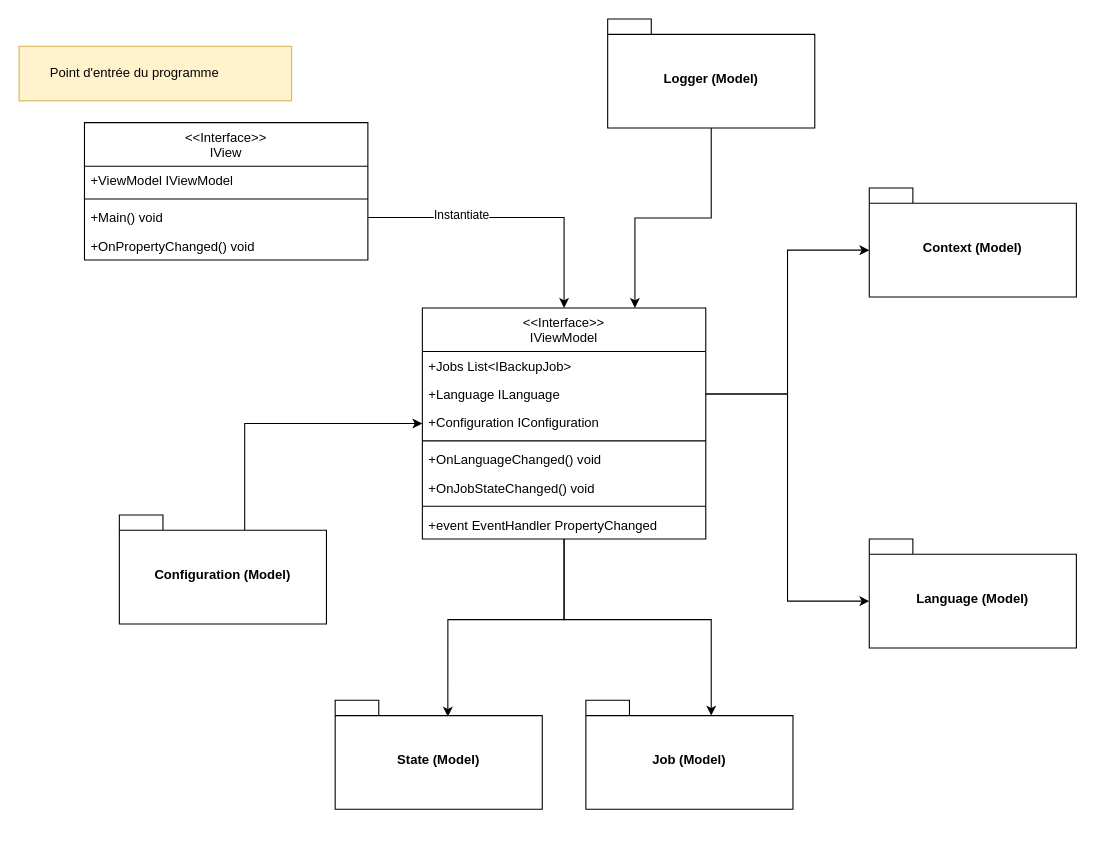
The draw.io diagram page "GLOBAL" (2 of 7) of Doc/Diagrams/Source Files/ClassDiagram.drawio in CESI-ORLEANS-INGE/ProjetGenieLogicielGroupe1, before the edit. Source tidied: cells renumbered, new cells numbered last; positions are measured from the earlier drawing's top-left corner, leaving out a move shared by most shapes. Both pictures are drawn from the tidied source at 109%, with x=0, y=0 at pixel (19, 19).
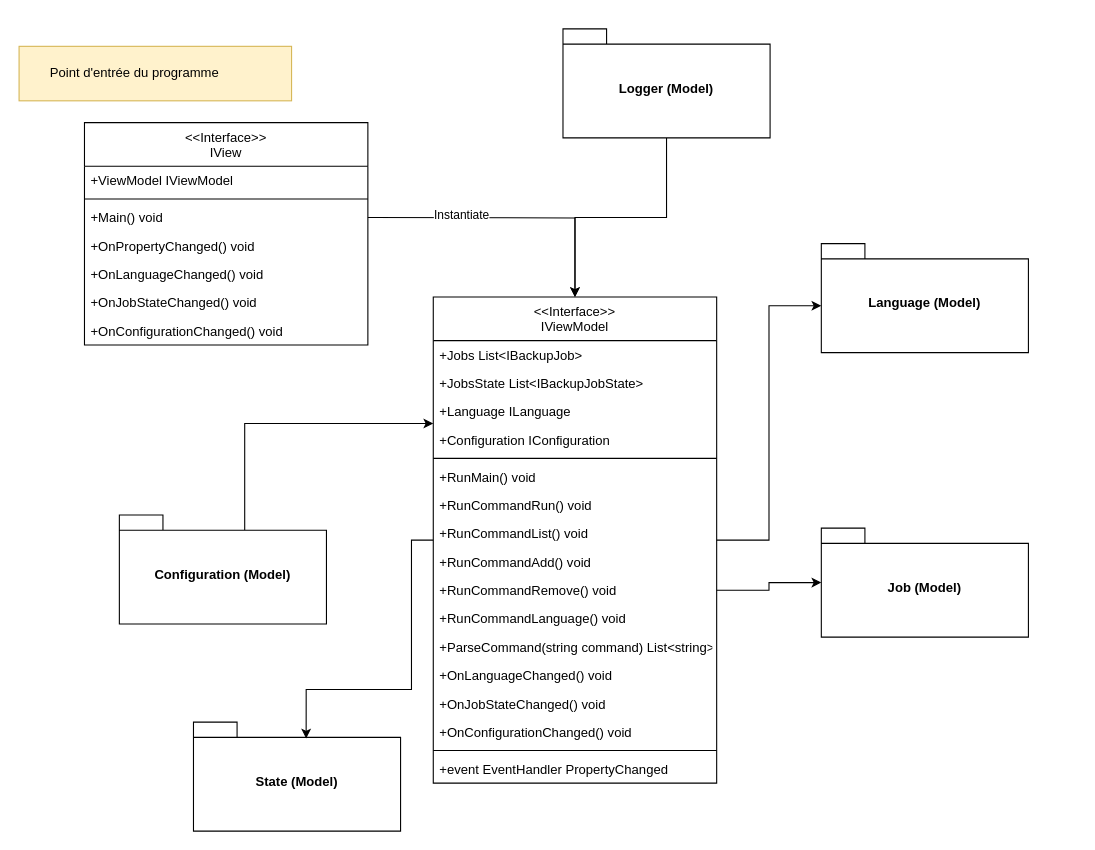
After the change.

What changed in the source:
```diff
@@
-    <mxCell id="2" value="&lt;&lt;Interface&gt;&gt;&#10;IView" style="swimlane;fontStyle=0;align=center;verticalAlign=top;horizontal=1;startSize=40;rounded=0;shadow=0;strokeWidth=1;" parent="1" vertex="1">
-      <mxGeometry x="60" y="95" width="260" height="126" as="geometry" />
-    </mxCell>
-    <mxCell id="3" value="+ViewModel IViewModel" style="text;align=left;verticalAlign=top;spacingLeft=4;spacingRight=4;overflow=hidden;" parent="2" vertex="1">
-      <mxGeometry y="40" width="260" height="26" as="geometry" />
-    </mxCell>
-    <mxCell id="4" style="line;strokeWidth=1;fillColor=none;align=left;verticalAlign=middle;spacingTop=-1;spacingLeft=3;spacingRight=3;labelPosition=right;strokeColor=inherit;" parent="2" vertex="1">
-      <mxGeometry y="66" width="260" height="8" as="geometry" />
-    </mxCell>
-    <mxCell id="5" value="+Main() void" style="text;align=left;verticalAlign=top;spacingLeft=4;spacingRight=4;overflow=hidden;points=[[0,0.5],[1,0.5]];portConstraint=eastwest;" parent="2" vertex="1">
-      <mxGeometry y="74" width="260" height="26" as="geometry" />
-    </mxCell>
-    <mxCell id="6" value="+OnPropertyChanged() void" style="text;align=left;verticalAlign=top;spacingLeft=4;spacingRight=4;overflow=hidden;" parent="2" vertex="1">
-      <mxGeometry y="100" width="260" height="26" as="geometry" />
-    </mxCell>
-    <mxCell id="7" value="&lt;&lt;Interface&gt;&gt;&#10;IViewModel" style="swimlane;fontStyle=0;align=center;verticalAlign=top;horizontal=1;startSize=40;rounded=0;shadow=0;strokeWidth=1;" parent="1" vertex="1">
-      <mxGeometry x="370" y="265" width="260" height="212" as="geometry" />
-    </mxCell>
-    <mxCell id="8" value="+Jobs List&lt;IBackupJob&gt;" style="text;align=left;verticalAlign=top;spacingLeft=4;spacingRight=4;overflow=hidden;" parent="7" vertex="1">
-      <mxGeometry y="40" width="260" height="26" as="geometry" />
-    </mxCell>
-    <mxCell id="9" value="+Language ILanguage" style="text;align=left;verticalAlign=top;spacingLeft=4;spacingRight=4;overflow=hidden;points=[[0,0.5],[1,0.5]];portConstraint=eastwest;" parent="7" vertex="1">
-      <mxGeometry y="66" width="260" height="26" as="geometry" />
-    </mxCell>
-    <mxCell id="10" value="+Configuration IConfiguration" style="text;align=left;verticalAlign=top;spacingLeft=4;spacingRight=4;overflow=hidden;" parent="7" vertex="1">
-      <mxGeometry y="92" width="260" height="26" as="geometry" />
-    </mxCell>
-    <mxCell id="11" style="line;strokeWidth=1;fillColor=none;align=left;verticalAlign=middle;spacingTop=-1;spacingLeft=3;spacingRight=3;labelPosition=right;strokeColor=inherit;" parent="7" vertex="1">
-      <mxGeometry y="118" width="260" height="8" as="geometry" />
-    </mxCell>
-    <mxCell id="12" value="+OnLanguageChanged() void" style="text;align=left;verticalAlign=top;spacingLeft=4;spacingRight=4;overflow=hidden;" parent="7" vertex="1">
-      <mxGeometry y="126" width="260" height="26" as="geometry" />
-    </mxCell>
-    <mxCell id="13" value="+OnJobStateChanged() void" style="text;align=left;verticalAlign=top;spacingLeft=4;spacingRight=4;overflow=hidden;" parent="7" vertex="1">
-      <mxGeometry y="152" width="260" height="26" as="geometry" />
-    </mxCell>
-    <mxCell id="14" style="line;strokeWidth=1;fillColor=none;align=left;verticalAlign=middle;spacingTop=-1;spacingLeft=3;spacingRight=3;labelPosition=right;strokeColor=inherit;" parent="7" vertex="1">
-      <mxGeometry y="178" width="260" height="8" as="geometry" />
-    </mxCell>
-    <mxCell id="15" value="+event EventHandler PropertyChanged" style="text;align=left;verticalAlign=top;spacingLeft=4;spacingRight=4;overflow=hidden;" parent="7" vertex="1">
-      <mxGeometry y="186" width="260" height="26" as="geometry" />
-    </mxCell>
-    <mxCell id="16" style="edgeStyle=orthogonalEdgeStyle;rounded=0;jettySize=auto;html=1;exitX=1;exitY=0.5;exitDx=0;exitDy=0;entryX=0.5;entryY=0;entryDx=0;entryDy=0;" parent="1" edge="1" source="5" target="7">
-      <mxGeometry relative="1" as="geometry" />
+    <mxCell id="16" style="edgeStyle=orthogonalEdgeStyle;rounded=0;jettySize=auto;html=1;exitX=1;exitY=0.5;exitDx=0;exitDy=0;" parent="1" edge="1" target="7">
+      <mxGeometry relative="1" as="geometry">
+        <mxPoint x="320" y="182" as="sourcePoint" />
+      </mxGeometry>
     </mxCell>
@@
-    <mxCell id="19" value="Context (Model)" style="shape=folder;fontStyle=1;spacingTop=10;tabWidth=40;tabHeight=14;tabPosition=left;html=1;whiteSpace=wrap;" parent="1" vertex="1">
-      <mxGeometry x="780" y="155" width="190" height="100" as="geometry" />
-    </mxCell>
-    <mxCell id="20" style="edgeStyle=orthogonalEdgeStyle;rounded=0;jettySize=auto;html=1;exitX=1;exitY=0.5;exitDx=0;exitDy=0;entryX=0;entryY=0;entryDx=0;entryDy=57;entryPerimeter=0;" parent="1" edge="1" source="9" target="19">
-      <mxGeometry relative="1" as="geometry" />
-    </mxCell>
     <mxCell id="21" value="Language (Model)" style="shape=folder;fontStyle=1;spacingTop=10;tabWidth=40;tabHeight=14;tabPosition=left;html=1;whiteSpace=wrap;" parent="1" vertex="1">
-      <mxGeometry x="780" y="477" width="190" height="100" as="geometry" />
+      <mxGeometry x="736" y="206" width="190" height="100" as="geometry" />
     </mxCell>
-    <mxCell id="22" style="edgeStyle=orthogonalEdgeStyle;rounded=0;jettySize=auto;html=1;exitX=1;exitY=0.5;exitDx=0;exitDy=0;entryX=0;entryY=0;entryDx=0;entryDy=57;entryPerimeter=0;" parent="1" edge="1" source="9" target="21">
+    <mxCell id="22" style="edgeStyle=orthogonalEdgeStyle;rounded=0;jettySize=auto;html=1;entryX=0;entryY=0;entryDx=0;entryDy=57;entryPerimeter=0;" parent="1" edge="1" source="7" target="21">
       <mxGeometry relative="1" as="geometry" />
     </mxCell>
     <mxCell id="23" value="Job (Model)" style="shape=folder;fontStyle=1;spacingTop=10;tabWidth=40;tabHeight=14;tabPosition=left;html=1;whiteSpace=wrap;" parent="1" vertex="1">
-      <mxGeometry x="520" y="625" width="190" height="100" as="geometry" />
+      <mxGeometry x="736" y="467" width="190" height="100" as="geometry" />
     </mxCell>
-    <mxCell id="24" style="edgeStyle=orthogonalEdgeStyle;rounded=0;jettySize=auto;html=1;entryX=0;entryY=0;entryDx=115;entryDy=14;entryPerimeter=0;" parent="1" edge="1" source="7" target="23">
-      <mxGeometry relative="1" as="geometry" />
-    </mxCell>
     <mxCell id="25" value="State (Model)" style="shape=folder;fontStyle=1;spacingTop=10;tabWidth=40;tabHeight=14;tabPosition=left;html=1;whiteSpace=wrap;" parent="1" vertex="1">
-      <mxGeometry x="290" y="625" width="190" height="100" as="geometry" />
+      <mxGeometry x="160" y="645" width="190" height="100" as="geometry" />
     </mxCell>
     <mxCell id="26" style="edgeStyle=orthogonalEdgeStyle;rounded=0;jettySize=auto;html=1;entryX=0.544;entryY=0.15;entryDx=0;entryDy=0;entryPerimeter=0;" parent="1" edge="1" source="7" target="25">
-      <mxGeometry relative="1" as="geometry" />
+      <mxGeometry relative="1" as="geometry">
+        <Array as="points">
+          <mxPoint x="360" y="478" />
+          <mxPoint x="360" y="615" />
+          <mxPoint x="263" y="615" />
+        </Array>
+      </mxGeometry>
     </mxCell>
@@
-    <mxCell id="29" style="edgeStyle=orthogonalEdgeStyle;rounded=0;jettySize=auto;html=1;exitX=0.5;exitY=1;exitDx=0;exitDy=0;exitPerimeter=0;entryX=0.75;entryY=0;entryDx=0;entryDy=0;" parent="1" edge="1" source="30" target="7">
+    <mxCell id="29" style="edgeStyle=orthogonalEdgeStyle;rounded=0;jettySize=auto;html=1;exitX=0.5;exitY=1;exitDx=0;exitDy=0;exitPerimeter=0;" parent="1" edge="1" source="30" target="7">
       <mxGeometry relative="1" as="geometry" />
     </mxCell>
     <mxCell id="30" value="Logger (Model)" style="shape=folder;fontStyle=1;spacingTop=10;tabWidth=40;tabHeight=14;tabPosition=left;html=1;whiteSpace=wrap;" parent="1" vertex="1">
-      <mxGeometry x="540" width="190" height="100" as="geometry" />
+      <mxGeometry x="499" y="9" width="190" height="100" as="geometry" />
     </mxCell>
+    <mxCell id="2" value="&lt;&lt;Interface&gt;&gt;&#10;IView" style="swimlane;fontStyle=0;align=center;verticalAlign=top;horizontal=1;startSize=40;rounded=0;shadow=0;strokeWidth=1;" parent="1" vertex="1">
+      <mxGeometry x="60" y="95" width="260" height="204" as="geometry" />
+    </mxCell>
+    <mxCell id="3" value="+ViewModel IViewModel" style="text;align=left;verticalAlign=top;spacingLeft=4;spacingRight=4;overflow=hidden;" parent="2" vertex="1">
+      <mxGeometry y="40" width="260" height="26" as="geometry" />
+    </mxCell>
+    <mxCell id="4" style="line;strokeWidth=1;fillColor=none;align=left;verticalAlign=middle;spacingTop=-1;spacingLeft=3;spacingRight=3;labelPosition=right;strokeColor=inherit;" parent="2" vertex="1">
+      <mxGeometry y="66" width="260" height="8" as="geometry" />
+    </mxCell>
+    <mxCell id="5" value="+Main() void" style="text;align=left;verticalAlign=top;spacingLeft=4;spacingRight=4;overflow=hidden;points=[[0,0.5],[1,0.5]];portConstraint=eastwest;" parent="2" vertex="1">
+      <mxGeometry y="74" width="260" height="26" as="geometry" />
+    </mxCell>
+    <mxCell id="6" value="+OnPropertyChanged() void" style="text;align=left;verticalAlign=top;spacingLeft=4;spacingRight=4;overflow=hidden;" parent="2" vertex="1">
+      <mxGeometry y="100" width="260" height="26" as="geometry" />
+    </mxCell>
+    <mxCell id="12" value="+OnLanguageChanged() void" style="text;align=left;verticalAlign=top;spacingLeft=4;spacingRight=4;overflow=hidden;" parent="2" vertex="1">
+      <mxGeometry y="126" width="260" height="26" as="geometry" />
+    </mxCell>
+    <mxCell id="13" value="+OnJobStateChanged() void" style="text;align=left;verticalAlign=top;spacingLeft=4;spacingRight=4;overflow=hidden;" parent="2" vertex="1">
+      <mxGeometry y="152" width="260" height="26" as="geometry" />
+    </mxCell>
+    <mxCell id="31" value="+OnConfigurationChanged() void" style="text;align=left;verticalAlign=top;spacingLeft=4;spacingRight=4;overflow=hidden;" parent="2" vertex="1">
+      <mxGeometry y="178" width="260" height="26" as="geometry" />
+    </mxCell>
+    <mxCell id="7" value="&lt;&lt;Interface&gt;&gt;&#10;IViewModel" style="swimlane;fontStyle=0;align=center;verticalAlign=top;horizontal=1;startSize=40;rounded=0;shadow=0;strokeWidth=1;" parent="1" vertex="1">
+      <mxGeometry x="380" y="255" width="260" height="446" as="geometry" />
+    </mxCell>
+    <mxCell id="8" value="+Jobs List&lt;IBackupJob&gt;" style="text;align=left;verticalAlign=top;spacingLeft=4;spacingRight=4;overflow=hidden;" parent="7" vertex="1">
+      <mxGeometry y="40" width="260" height="26" as="geometry" />
+    </mxCell>
+    <mxCell id="32" value="+JobsState List&lt;IBackupJobState&gt;" style="text;align=left;verticalAlign=top;spacingLeft=4;spacingRight=4;overflow=hidden;" parent="7" vertex="1">
+      <mxGeometry y="66" width="260" height="26" as="geometry" />
+    </mxCell>
+    <mxCell id="9" value="+Language ILanguage" style="text;align=left;verticalAlign=top;spacingLeft=4;spacingRight=4;overflow=hidden;points=[[0,0.5],[1,0.5]];portConstraint=eastwest;" parent="7" vertex="1">
+      <mxGeometry y="92" width="260" height="26" as="geometry" />
+    </mxCell>
+    <mxCell id="10" value="+Configuration IConfiguration" style="text;align=left;verticalAlign=top;spacingLeft=4;spacingRight=4;overflow=hidden;" parent="7" vertex="1">
+      <mxGeometry y="118" width="260" height="26" as="geometry" />
+    </mxCell>
+    <mxCell id="33" style="line;strokeWidth=1;fillColor=none;align=left;verticalAlign=middle;spacingTop=-1;spacingLeft=3;spacingRight=3;labelPosition=right;strokeColor=inherit;" parent="7" vertex="1">
+      <mxGeometry y="144" width="260" height="8" as="geometry" />
+    </mxCell>
+    <mxCell id="34" value="+RunMain() void" style="text;align=left;verticalAlign=top;spacingLeft=4;spacingRight=4;overflow=hidden;" parent="7" vertex="1">
+      <mxGeometry y="152" width="260" height="26" as="geometry" />
+    </mxCell>
+    <mxCell id="35" value="+RunCommandRun() void" style="text;align=left;verticalAlign=top;spacingLeft=4;spacingRight=4;overflow=hidden;" parent="7" vertex="1">
+      <mxGeometry y="178" width="260" height="26" as="geometry" />
+    </mxCell>
+    <mxCell id="36" value="+RunCommandList() void" style="text;align=left;verticalAlign=top;spacingLeft=4;spacingRight=4;overflow=hidden;" parent="7" vertex="1">
+      <mxGeometry y="204" width="260" height="26" as="geometry" />
+    </mxCell>
+    <mxCell id="37" value="+RunCommandAdd() void" style="text;align=left;verticalAlign=top;spacingLeft=4;spacingRight=4;overflow=hidden;" parent="7" vertex="1">
+      <mxGeometry y="230" width="260" height="26" as="geometry" />
+    </mxCell>
+    <mxCell id="38" value="+RunCommandRemove() void" style="text;align=left;verticalAlign=top;spacingLeft=4;spacingRight=4;overflow=hidden;points=[[0,0.5],[1,0.5]];portConstraint=eastwest;" parent="7" vertex="1">
+      <mxGeometry y="256" width="260" height="26" as="geometry" />
+    </mxCell>
+    <mxCell id="39" value="+RunCommandLanguage() void" style="text;align=left;verticalAlign=top;spacingLeft=4;spacingRight=4;overflow=hidden;" parent="7" vertex="1">
+      <mxGeometry y="282" width="260" height="26" as="geometry" />
+    </mxCell>
+    <mxCell id="40" value="+ParseCommand(string command) List&lt;string&gt;" style="text;align=left;verticalAlign=top;spacingLeft=4;spacingRight=4;overflow=hidden;" parent="7" vertex="1">
+      <mxGeometry y="308" width="260" height="26" as="geometry" />
+    </mxCell>
+    <mxCell id="41" value="+OnLanguageChanged() void" style="text;align=left;verticalAlign=top;spacingLeft=4;spacingRight=4;overflow=hidden;" parent="7" vertex="1">
+      <mxGeometry y="334" width="260" height="26" as="geometry" />
+    </mxCell>
+    <mxCell id="42" value="+OnJobStateChanged() void" style="text;align=left;verticalAlign=top;spacingLeft=4;spacingRight=4;overflow=hidden;" parent="7" vertex="1">
+      <mxGeometry y="360" width="260" height="26" as="geometry" />
+    </mxCell>
+    <mxCell id="43" value="+OnConfigurationChanged() void" style="text;align=left;verticalAlign=top;spacingLeft=4;spacingRight=4;overflow=hidden;" parent="7" vertex="1">
+      <mxGeometry y="386" width="260" height="26" as="geometry" />
+    </mxCell>
+    <mxCell id="44" style="line;strokeWidth=1;fillColor=none;align=left;verticalAlign=middle;spacingTop=-1;spacingLeft=3;spacingRight=3;labelPosition=right;strokeColor=inherit;" parent="7" vertex="1">
+      <mxGeometry y="412" width="260" height="8" as="geometry" />
+    </mxCell>
+    <mxCell id="15" value="+event EventHandler PropertyChanged" style="text;align=left;verticalAlign=top;spacingLeft=4;spacingRight=4;overflow=hidden;" parent="7" vertex="1">
+      <mxGeometry y="420" width="260" height="26" as="geometry" />
+    </mxCell>
+    <mxCell id="45" style="edgeStyle=orthogonalEdgeStyle;rounded=0;jettySize=auto;html=1;exitX=1;exitY=0.5;exitDx=0;exitDy=0;" parent="1" edge="1" source="38" target="23">
+      <mxGeometry relative="1" as="geometry" />
+    </mxCell>
```
